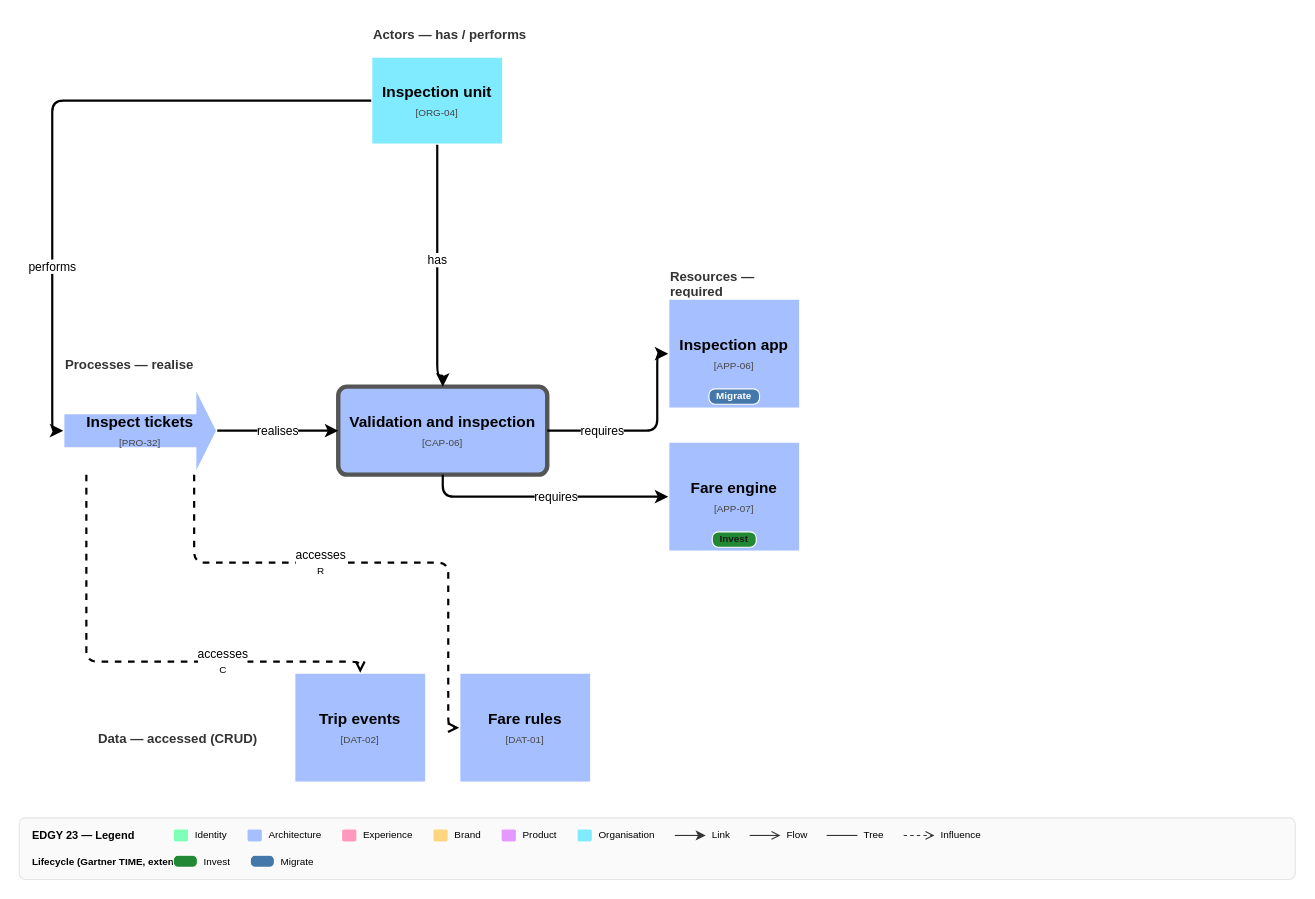
The draw.io diagram page "Capability · CAP-06 Validation and inspection" (2 of 4) of skills/documentation/edgy-diagram/examples/expected-capability-view.drawio in Rahola/edgy-skills, before the edit. Source tidied: cells renumbered, new cells numbered last; positions are measured from the earlier drawing's top-left corner, leaving out a move shared by most shapes. Both pictures are drawn from the tidied source at 110%, with x=0, y=0 at pixel (19, 19).
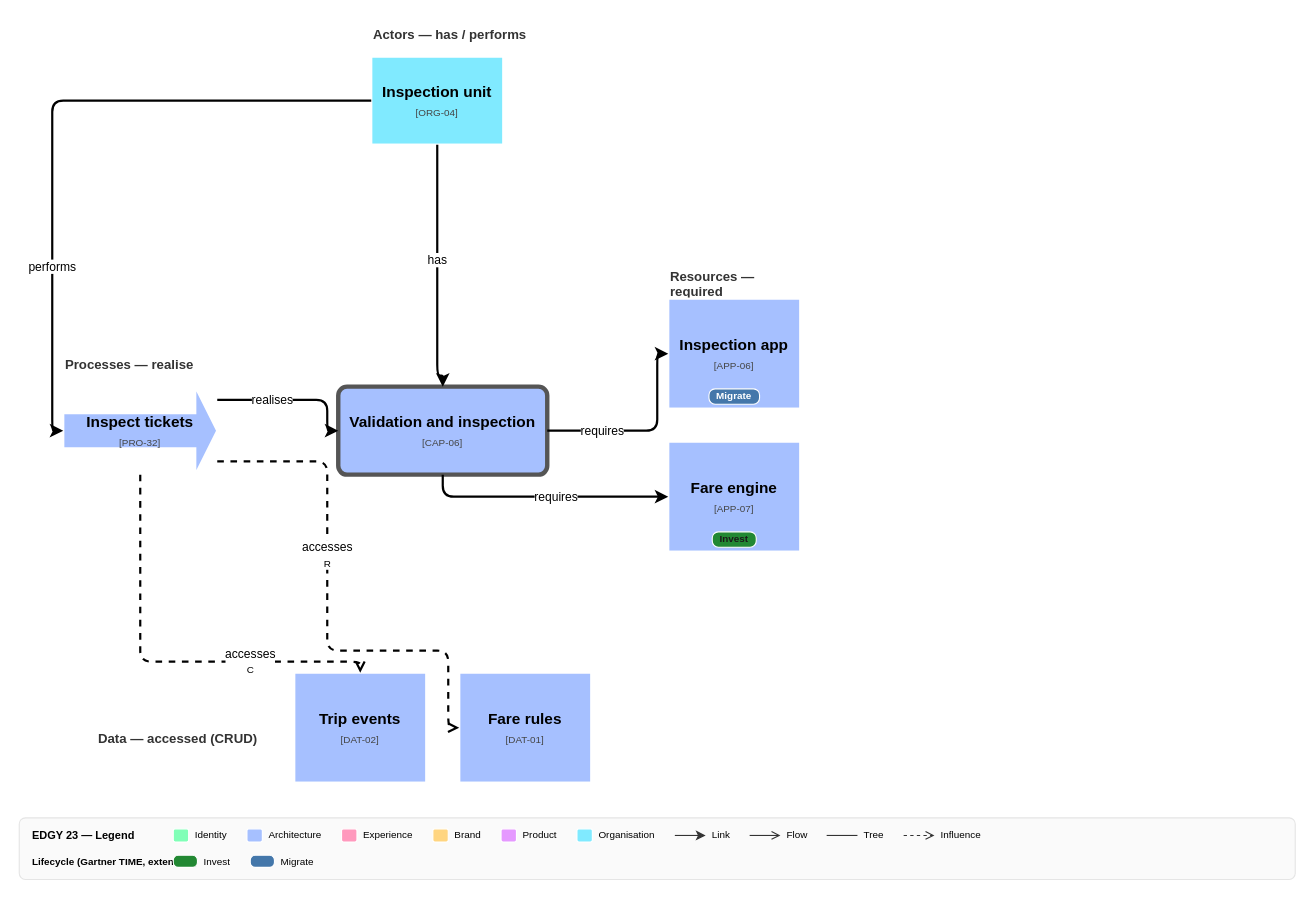
After the change.

Unchanged cells that the change refers to:
```xml
<mxCell id="6" value="&lt;b&gt;Validation and inspection&lt;/b&gt;&lt;br&gt;&lt;font style=&quot;font-size:9px;color:#444444;font-weight:normal&quot;&gt;[CAP-06]&lt;/font&gt;" style="rounded=1;whiteSpace=wrap;html=1;fillColor=#a6c0ff;strokeColor=#555555;strokeWidth=4;arcSize=10;verticalAlign=middle;fontStyle=1;fontSize=14;edgyId=CAP-06;edgyType=capability;edgyFacet=architecture;edgyOcc=capability-cap-06-validation-and-inspection/6;" parent="1" vertex="1">
  <mxGeometry x="290" y="334" width="190" height="80" as="geometry" />
</mxCell>
<mxCell id="7" value="&lt;b&gt;Inspect tickets&lt;/b&gt;&lt;br&gt;&lt;font style=&quot;font-size:9px;color:#444444;font-weight:normal&quot;&gt;[PRO-32]&lt;/font&gt;" style="shape=mxgraph.arrows2.arrow;dy=0.6;dx=20;notch=0;whiteSpace=wrap;html=1;fillColor=#a6c0ff;strokeColor=#FFFFFF;strokeWidth=2;verticalAlign=middle;fontStyle=1;fontSize=14;edgyId=PRO-32;edgyType=process;edgyFacet=architecture;edgyOcc=capability-cap-06-validation-and-inspection/7;" parent="1" vertex="1">
  <mxGeometry x="40" y="334" width="140" height="80" as="geometry" />
</mxCell>
<mxCell id="13" value="&lt;b&gt;Trip events&lt;/b&gt;&lt;br&gt;&lt;font style=&quot;font-size:9px;color:#444444;font-weight:normal&quot;&gt;[DAT-02]&lt;/font&gt;" style="whiteSpace=wrap;html=1;fillColor=#a6c0ff;strokeColor=#FFFFFF;strokeWidth=2;verticalAlign=middle;fontStyle=1;fontSize=14;edgyId=DAT-02;edgyType=asset;edgyKind=data;edgyFacet=architecture;edgyOcc=capability-cap-06-validation-and-inspection/13;" parent="1" vertex="1">
  <mxGeometry x="250" y="594" width="120" height="100" as="geometry" />
</mxCell>
<mxCell id="14" value="&lt;b&gt;Fare rules&lt;/b&gt;&lt;br&gt;&lt;font style=&quot;font-size:9px;color:#444444;font-weight:normal&quot;&gt;[DAT-01]&lt;/font&gt;" style="whiteSpace=wrap;html=1;fillColor=#a6c0ff;strokeColor=#FFFFFF;strokeWidth=2;verticalAlign=middle;fontStyle=1;fontSize=14;edgyId=DAT-01;edgyType=asset;edgyKind=data;edgyFacet=architecture;edgyOcc=capability-cap-06-validation-and-inspection/14;" parent="1" vertex="1">
  <mxGeometry x="400" y="594" width="120" height="100" as="geometry" />
</mxCell>
```

Diff of the diagram source:
```diff
@@
-    <mxCell id="15" value="realises" style="edgeStyle=orthogonalEdgeStyle;rounded=1;strokeWidth=2;fontSize=11;html=1;jumpStyle=arc;jumpSize=8;labelBackgroundColor=#ffffff;labelBorderColor=none;endArrow=classic;endFill=1;exitX=1.0;exitY=0.5;exitDx=0;exitDy=0;entryX=0.0;entryY=0.5;entryDx=0;entryDy=0;" parent="1" edge="1" source="7" target="6">
-      <mxGeometry relative="1" as="geometry">
+    <mxCell id="15" value="realises" style="edgeStyle=orthogonalEdgeStyle;rounded=1;strokeWidth=2;fontSize=11;html=1;jumpStyle=arc;jumpSize=8;labelBackgroundColor=#ffffff;labelBorderColor=none;endArrow=classic;endFill=1;exitX=1.0;exitY=0.15;exitDx=0;exitDy=0;entryX=0.0;entryY=0.5;entryDx=0;entryDy=0;" parent="1" edge="1" source="7" target="6">
+      <mxGeometry x="-0.28" relative="1" as="geometry">
         <Array as="points">
-          <mxPoint x="190" y="374" />
+          <mxPoint x="190" y="346" />
+          <mxPoint x="280" y="346" />
           <mxPoint x="280" y="374" />
         </Array>
       </mxGeometry>
     </mxCell>
@@
-    <mxCell id="20" value="accesses&lt;br&gt;&lt;font style=&quot;font-size:9px&quot;&gt;C&lt;/font&gt;" style="edgeStyle=orthogonalEdgeStyle;rounded=1;strokeWidth=2;fontSize=11;html=1;jumpStyle=arc;jumpSize=8;labelBackgroundColor=#ffffff;labelBorderColor=none;endArrow=open;endFill=0;dashed=1;exitX=0.15;exitY=1.0;exitDx=0;exitDy=0;entryX=0.5;entryY=0.0;entryDx=0;entryDy=0;" parent="1" edge="1" source="7" target="13">
-      <mxGeometry x="0.37" relative="1" as="geometry">
+    <mxCell id="20" value="accesses&lt;br&gt;&lt;font style=&quot;font-size:9px&quot;&gt;C&lt;/font&gt;" style="edgeStyle=orthogonalEdgeStyle;rounded=1;strokeWidth=2;fontSize=11;html=1;jumpStyle=arc;jumpSize=8;labelBackgroundColor=#ffffff;labelBorderColor=none;endArrow=open;endFill=0;dashed=1;exitX=0.5;exitY=1.0;exitDx=0;exitDy=0;entryX=0.5;entryY=0.0;entryDx=0;entryDy=0;" parent="1" edge="1" source="7" target="13">
+      <mxGeometry x="0.42" relative="1" as="geometry">
         <Array as="points">
-          <mxPoint x="61" y="424" />
-          <mxPoint x="61" y="584" />
+          <mxPoint x="110" y="424" />
+          <mxPoint x="110" y="584" />
           <mxPoint x="310" y="584" />
         </Array>
       </mxGeometry>
     </mxCell>
-    <mxCell id="21" value="accesses&lt;br&gt;&lt;font style=&quot;font-size:9px&quot;&gt;R&lt;/font&gt;" style="edgeStyle=orthogonalEdgeStyle;rounded=1;strokeWidth=2;fontSize=11;html=1;jumpStyle=arc;jumpSize=8;labelBackgroundColor=#ffffff;labelBorderColor=none;endArrow=open;endFill=0;dashed=1;exitX=0.85;exitY=1.0;exitDx=0;exitDy=0;entryX=0.0;entryY=0.5;entryDx=0;entryDy=0;" parent="1" edge="1" source="7" target="14">
-      <mxGeometry x="-0.17" relative="1" as="geometry">
+    <mxCell id="21" value="accesses&lt;br&gt;&lt;font style=&quot;font-size:9px&quot;&gt;R&lt;/font&gt;" style="edgeStyle=orthogonalEdgeStyle;rounded=1;strokeWidth=2;fontSize=11;html=1;jumpStyle=arc;jumpSize=8;labelBackgroundColor=#ffffff;labelBorderColor=none;endArrow=open;endFill=0;dashed=1;exitX=1.0;exitY=0.85;exitDx=0;exitDy=0;entryX=0.0;entryY=0.5;entryDx=0;entryDy=0;" parent="1" edge="1" source="7" target="14">
+      <mxGeometry x="-0.2" relative="1" as="geometry">
         <Array as="points">
-          <mxPoint x="159" y="424" />
-          <mxPoint x="159" y="494" />
-          <mxPoint x="390" y="494" />
+          <mxPoint x="190" y="402" />
+          <mxPoint x="280" y="402" />
+          <mxPoint x="280" y="574" />
+          <mxPoint x="390" y="574" />
           <mxPoint x="390" y="644" />
         </Array>
       </mxGeometry>
     </mxCell>
```
